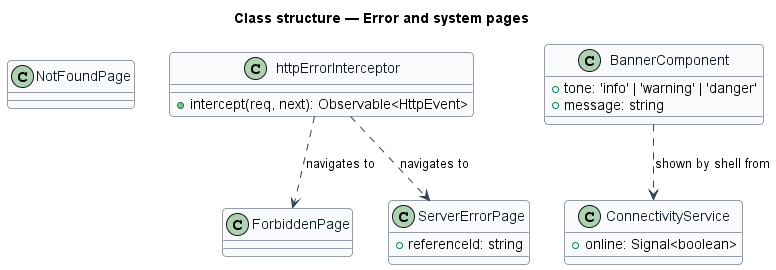
Before: docs/detailed-designs/platform/error-and-system-pages/diagrams/class-structure.png, a diagram exported from PlantUML (QuinntyneBrown/faithtech-community).
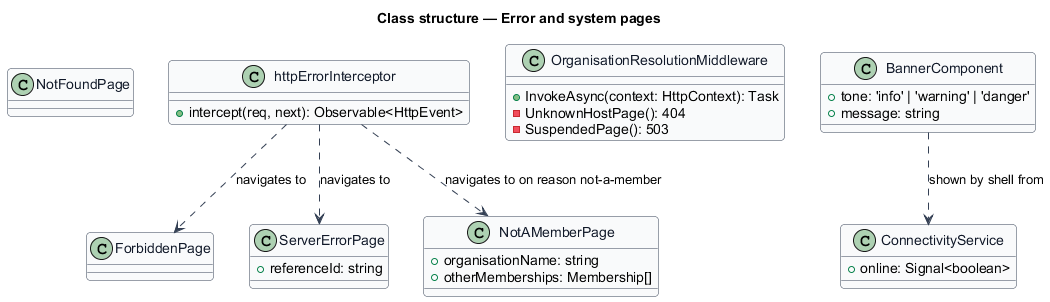
Later version of the same file.

What changed in the source:
```diff
@@ -15,6 +15,15 @@
 class ServerErrorPage {
   +referenceId: string
 }
+class NotAMemberPage {
+  +organisationName: string
+  +otherMemberships: Membership[]
+}
+class OrganisationResolutionMiddleware {
+  +InvokeAsync(context: HttpContext): Task
+  -UnknownHostPage(): 404
+  -SuspendedPage(): 503
+}
 class httpErrorInterceptor {
   +intercept(req, next): Observable<HttpEvent>
 }
@@ -27,5 +36,6 @@
 }
 httpErrorInterceptor ..> ServerErrorPage : navigates to
 httpErrorInterceptor ..> ForbiddenPage : navigates to
+httpErrorInterceptor ..> NotAMemberPage : navigates to on reason not-a-member
 BannerComponent ..> ConnectivityService : shown by shell from
 @enduml
```
